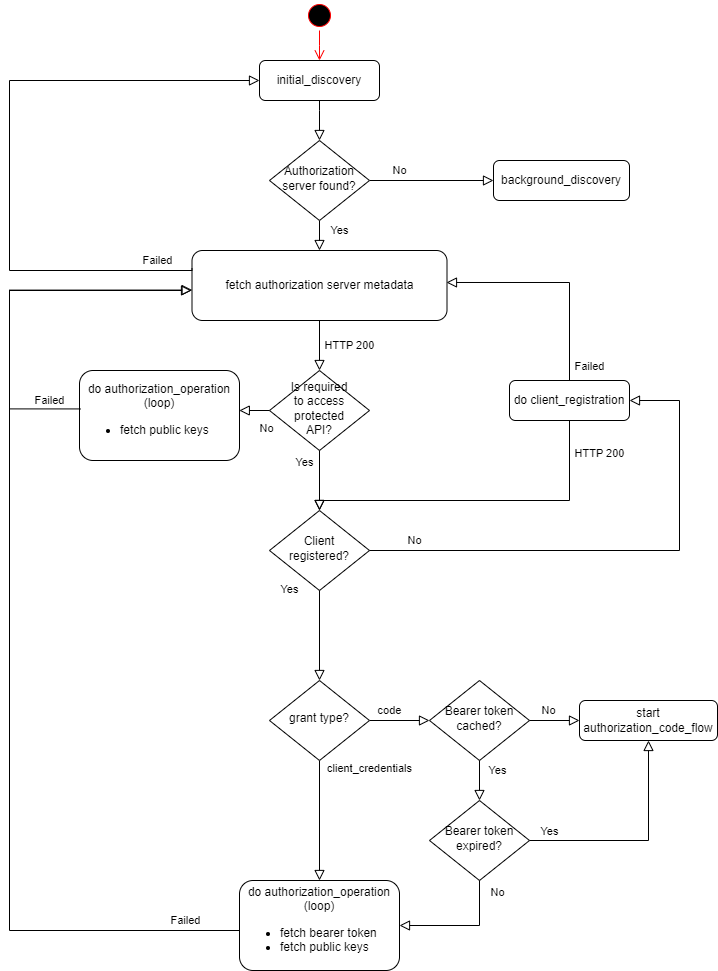
Above: Documents/images/Authorization-behaviour.png in sony/nmos-cpp (draw.io), before the change. Source tidied: cells renumbered, new cells last; positions are measured from the earlier drawing's top-left corner, leaving out a move shared by most shapes.
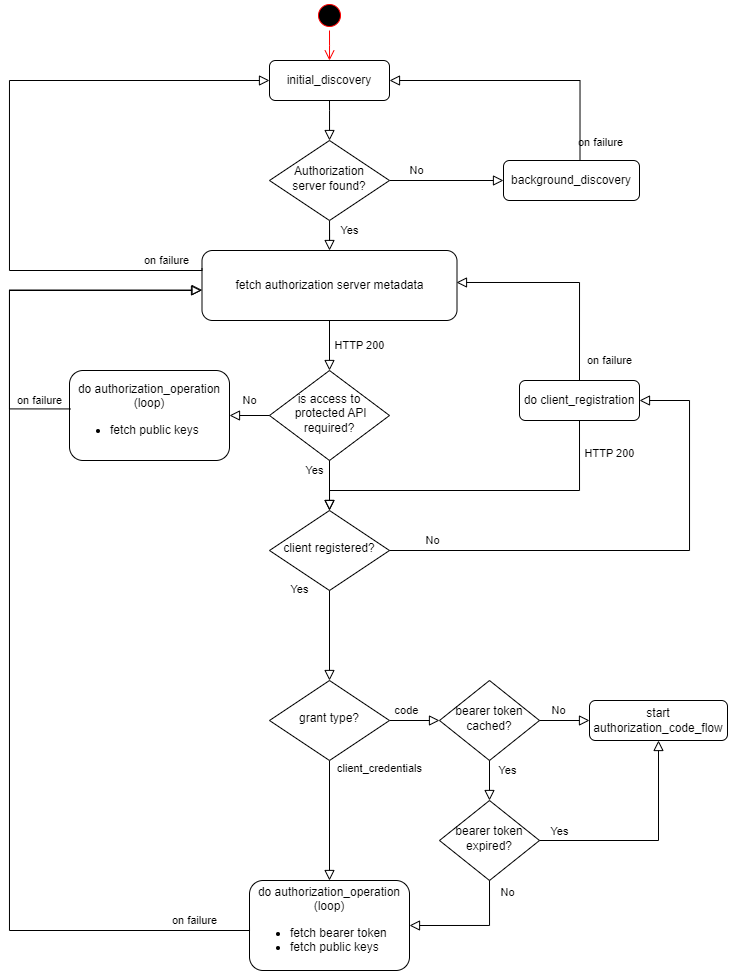
After the commit.

Diff of the diagram source:
```diff
@@ -19,8 +19,8 @@
     <mxCell id="5" value="No" style="edgeStyle=orthogonalEdgeStyle;rounded=0;html=1;jettySize=auto;fontSize=11;endArrow=block;endFill=0;endSize=8;strokeWidth=1;shadow=0;labelBackgroundColor=none;" parent="1" edge="1" source="6" target="7">
       <mxGeometry x="-0.52" y="10" relative="1" as="geometry" />
     </mxCell>
-    <mxCell id="6" value="Authorization server found?" style="rhombus;whiteSpace=wrap;html=1;shadow=0;fontFamily=Helvetica;fontSize=12;align=center;strokeWidth=1;spacing=6;spacingTop=-4;" parent="1" vertex="1">
-      <mxGeometry x="260" y="140" width="100" height="80" as="geometry" />
+    <mxCell id="6" value="Authorization&lt;br&gt;server found?" style="rhombus;whiteSpace=wrap;html=1;shadow=0;fontFamily=Helvetica;fontSize=12;align=center;strokeWidth=1;spacing=6;spacingTop=-4;" parent="1" vertex="1">
+      <mxGeometry x="250" y="140" width="120" height="80" as="geometry" />
     </mxCell>
     <mxCell id="7" value="background_discovery" style="rounded=1;whiteSpace=wrap;html=1;fontSize=12;glass=0;strokeWidth=1;shadow=0;" parent="1" vertex="1">
       <mxGeometry x="484" y="160" width="136" height="40" as="geometry" />
@@ -31,7 +31,7 @@
     <mxCell id="9" value="code" style="edgeStyle=orthogonalEdgeStyle;rounded=0;html=1;jettySize=auto;fontSize=11;endArrow=block;endFill=0;endSize=8;strokeWidth=1;shadow=0;labelBackgroundColor=none;exitX=1;exitY=0.5;exitDx=0;exitDy=0;entryX=0;entryY=0.5;entryDx=0;entryDy=0;" parent="1" edge="1" source="18" target="20">
       <mxGeometry x="-0.33" y="10" relative="1" as="geometry" />
     </mxCell>
-    <mxCell id="10" value="Bearer token expired?" style="rhombus;whiteSpace=wrap;html=1;shadow=0;fontFamily=Helvetica;fontSize=12;align=center;strokeWidth=1;spacing=6;spacingTop=-4;" parent="1" vertex="1">
+    <mxCell id="10" value="bearer token expired?" style="rhombus;whiteSpace=wrap;html=1;shadow=0;fontFamily=Helvetica;fontSize=12;align=center;strokeWidth=1;spacing=6;spacingTop=-4;" parent="1" vertex="1">
       <mxGeometry x="420" y="800" width="100" height="80" as="geometry" />
     </mxCell>
     <mxCell id="11" value="&lt;span style=&quot;text-align: left; background-color: initial;&quot;&gt;fetch authorization server metadata&lt;/span&gt;" style="rounded=1;whiteSpace=wrap;html=1;fontSize=12;glass=0;strokeWidth=1;shadow=0;" parent="1" vertex="1">
@@ -46,8 +46,8 @@
     <mxCell id="14" value="do authorization_operation (loop)&lt;br&gt;&lt;ul&gt;&lt;li style=&quot;text-align: left&quot;&gt;fetch bearer token&lt;/li&gt;&lt;li style=&quot;text-align: left&quot;&gt;fetch public keys&lt;/li&gt;&lt;/ul&gt;" style="rounded=1;whiteSpace=wrap;html=1;fontSize=12;glass=0;strokeWidth=1;shadow=0;" parent="1" vertex="1">
       <mxGeometry x="230" y="880" width="160" height="90" as="geometry" />
     </mxCell>
-    <mxCell id="15" value="Client registered?" style="rhombus;whiteSpace=wrap;html=1;shadow=0;fontFamily=Helvetica;fontSize=12;align=center;strokeWidth=1;spacing=6;spacingTop=-4;" parent="1" vertex="1">
-      <mxGeometry x="260" y="510" width="100" height="80" as="geometry" />
+    <mxCell id="15" value="client registered?" style="rhombus;whiteSpace=wrap;html=1;shadow=0;fontFamily=Helvetica;fontSize=12;align=center;strokeWidth=1;spacing=6;spacingTop=-4;" parent="1" vertex="1">
+      <mxGeometry x="250" y="510" width="120" height="80" as="geometry" />
     </mxCell>
     <mxCell id="16" value="HTTP 200" style="rounded=0;html=1;jettySize=auto;fontSize=11;endArrow=block;endFill=0;endSize=8;strokeWidth=1;shadow=0;labelBackgroundColor=none;edgeStyle=orthogonalEdgeStyle;exitX=0.5;exitY=1;exitDx=0;exitDy=0;entryX=0.5;entryY=0;entryDx=0;entryDy=0;" parent="1" edge="1" source="11" target="29">
       <mxGeometry y="30" relative="1" as="geometry" />
@@ -62,14 +62,14 @@
       </mxGeometry>
     </mxCell>
     <mxCell id="18" value="grant type?" style="rhombus;whiteSpace=wrap;html=1;shadow=0;fontFamily=Helvetica;fontSize=12;align=center;strokeWidth=1;spacing=6;spacingTop=-4;" parent="1" vertex="1">
-      <mxGeometry x="260" y="680" width="100" height="80" as="geometry" />
+      <mxGeometry x="250" y="680" width="120" height="80" as="geometry" />
     </mxCell>
     <mxCell id="19" value="Yes" style="rounded=0;html=1;jettySize=auto;fontSize=11;endArrow=block;endFill=0;endSize=8;strokeWidth=1;shadow=0;labelBackgroundColor=none;edgeStyle=orthogonalEdgeStyle;exitX=0.5;exitY=1;exitDx=0;exitDy=0;entryX=0.5;entryY=0;entryDx=0;entryDy=0;" parent="1" edge="1" source="15" target="18">
       <mxGeometry x="-0.68" y="-15" relative="1" as="geometry">
         <mxPoint x="-15" y="-15" as="offset" />
       </mxGeometry>
     </mxCell>
-    <mxCell id="20" value="Bearer token cached?" style="rhombus;whiteSpace=wrap;html=1;shadow=0;fontFamily=Helvetica;fontSize=12;align=center;strokeWidth=1;spacing=6;spacingTop=-4;" parent="1" vertex="1">
+    <mxCell id="20" value="bearer token cached?" style="rhombus;whiteSpace=wrap;html=1;shadow=0;fontFamily=Helvetica;fontSize=12;align=center;strokeWidth=1;spacing=6;spacingTop=-4;" parent="1" vertex="1">
       <mxGeometry x="420" y="680" width="100" height="80" as="geometry" />
     </mxCell>
     <mxCell id="21" value="Yes" style="rounded=0;html=1;jettySize=auto;fontSize=11;endArrow=block;endFill=0;endSize=8;strokeWidth=1;shadow=0;labelBackgroundColor=none;edgeStyle=orthogonalEdgeStyle;exitX=0.5;exitY=1;exitDx=0;exitDy=0;entryX=0.5;entryY=0;entryDx=0;entryDy=0;" parent="1" edge="1" source="20" target="10">
@@ -81,22 +81,22 @@
     <mxCell id="23" value="Yes" style="edgeStyle=orthogonalEdgeStyle;rounded=0;html=1;jettySize=auto;fontSize=11;endArrow=block;endFill=0;endSize=8;strokeWidth=1;shadow=0;labelBackgroundColor=none;exitX=1;exitY=0.5;exitDx=0;exitDy=0;entryX=0.5;entryY=1;entryDx=0;entryDy=0;" parent="1" edge="1" source="10" target="13">
       <mxGeometry x="0.17" y="99" relative="1" as="geometry" />
     </mxCell>
-    <mxCell id="24" value="Failed" style="rounded=0;html=1;jettySize=auto;fontSize=11;endArrow=block;endFill=0;endSize=8;strokeWidth=1;shadow=0;labelBackgroundColor=none;edgeStyle=orthogonalEdgeStyle;entryX=0;entryY=0.5;entryDx=0;entryDy=0;exitX=0;exitY=0.25;exitDx=0;exitDy=0;" parent="1" edge="1" source="11" target="3">
+    <mxCell id="24" value="on failure" style="rounded=0;html=1;jettySize=auto;fontSize=11;endArrow=block;endFill=0;endSize=8;strokeWidth=1;shadow=0;labelBackgroundColor=none;edgeStyle=orthogonalEdgeStyle;entryX=0;entryY=0.5;entryDx=0;entryDy=0;exitX=0;exitY=0.25;exitDx=0;exitDy=0;" parent="1" edge="1" source="11" target="3">
       <mxGeometry x="-0.88" y="-10" relative="1" as="geometry">
         <Array as="points">
-          <mxPoint x="182" y="270" />
-          <mxPoint y="270" />
-          <mxPoint y="80" />
+          <mxPoint x="183" y="270" />
+          <mxPoint x="-10" y="270" />
+          <mxPoint x="-10" y="80" />
         </Array>
       </mxGeometry>
     </mxCell>
-    <mxCell id="25" value="Failed" style="rounded=0;html=1;jettySize=auto;fontSize=11;endArrow=block;endFill=0;endSize=8;strokeWidth=1;shadow=0;labelBackgroundColor=none;edgeStyle=orthogonalEdgeStyle;exitX=0;exitY=0.5;exitDx=0;exitDy=0;" parent="1" edge="1" source="14">
+    <mxCell id="25" value="on failure" style="rounded=0;html=1;jettySize=auto;fontSize=11;endArrow=block;endFill=0;endSize=8;strokeWidth=1;shadow=0;labelBackgroundColor=none;edgeStyle=orthogonalEdgeStyle;exitX=0;exitY=0.5;exitDx=0;exitDy=0;" parent="1" edge="1" source="14">
       <mxGeometry x="-0.89" y="-10" relative="1" as="geometry">
         <mxPoint x="182" y="290" as="targetPoint" />
         <Array as="points">
           <mxPoint x="230" y="930" />
-          <mxPoint y="930" />
-          <mxPoint y="290" />
+          <mxPoint x="-10" y="930" />
+          <mxPoint x="-10" y="290" />
         </Array>
       </mxGeometry>
     </mxCell>
@@ -106,34 +106,35 @@
     <mxCell id="27" value="HTTP 200" style="rounded=0;html=1;jettySize=auto;fontSize=11;endArrow=block;endFill=0;endSize=8;strokeWidth=1;shadow=0;labelBackgroundColor=none;edgeStyle=orthogonalEdgeStyle;exitX=0.5;exitY=1;exitDx=0;exitDy=0;entryX=0.5;entryY=0;entryDx=0;entryDy=0;" parent="1" edge="1" source="12" target="15">
       <mxGeometry x="-0.81" y="30" relative="1" as="geometry">
         <Array as="points">
-          <mxPoint x="560" y="500" />
+          <mxPoint x="560" y="490" />
+          <mxPoint x="310" y="490" />
         </Array>
       </mxGeometry>
     </mxCell>
-    <mxCell id="28" value="Failed" style="rounded=0;html=1;jettySize=auto;fontSize=11;endArrow=block;endFill=0;endSize=8;strokeWidth=1;shadow=0;labelBackgroundColor=none;edgeStyle=orthogonalEdgeStyle;entryX=0.998;entryY=0.457;entryDx=0;entryDy=0;exitX=0.5;exitY=0;exitDx=0;exitDy=0;entryPerimeter=0;" parent="1" edge="1" source="12" target="11">
-      <mxGeometry x="-0.87" y="-20" relative="1" as="geometry">
+    <mxCell id="28" value="on failure" style="rounded=0;html=1;jettySize=auto;fontSize=11;endArrow=block;endFill=0;endSize=8;strokeWidth=1;shadow=0;labelBackgroundColor=none;edgeStyle=orthogonalEdgeStyle;entryX=0.998;entryY=0.457;entryDx=0;entryDy=0;exitX=0.5;exitY=0;exitDx=0;exitDy=0;entryPerimeter=0;" parent="1" edge="1" source="12" target="11">
+      <mxGeometry x="-0.82" y="-30" relative="1" as="geometry">
         <Array as="points">
           <mxPoint x="560" y="282" />
         </Array>
       </mxGeometry>
     </mxCell>
-    <mxCell id="29" value="Is required&lt;br&gt;to access protected&lt;br&gt;API?" style="rhombus;whiteSpace=wrap;html=1;shadow=0;fontFamily=Helvetica;fontSize=12;align=center;strokeWidth=1;spacing=6;spacingTop=-4;" parent="1" vertex="1">
-      <mxGeometry x="260" y="370" width="100" height="80" as="geometry" />
+    <mxCell id="29" value="is access to&lt;br&gt;&amp;nbsp;protected API required?" style="rhombus;whiteSpace=wrap;html=1;shadow=0;fontFamily=Helvetica;fontSize=12;align=center;strokeWidth=1;spacing=6;spacingTop=-4;" parent="1" vertex="1">
+      <mxGeometry x="250" y="370" width="120" height="90" as="geometry" />
     </mxCell>
     <mxCell id="30" value="Yes" style="rounded=0;html=1;jettySize=auto;fontSize=11;endArrow=block;endFill=0;endSize=8;strokeWidth=1;shadow=0;labelBackgroundColor=none;edgeStyle=orthogonalEdgeStyle;exitX=0.5;exitY=1;exitDx=0;exitDy=0;" parent="1" edge="1" source="29" target="15">
       <mxGeometry x="-0.6" y="-15" relative="1" as="geometry" />
     </mxCell>
     <mxCell id="31" value="do authorization_operation (loop)&lt;br&gt;&lt;ul&gt;&lt;li style=&quot;text-align: left&quot;&gt;&lt;span style=&quot;background-color: initial;&quot;&gt;fetch public keys&lt;/span&gt;&lt;br&gt;&lt;/li&gt;&lt;/ul&gt;" style="rounded=1;whiteSpace=wrap;html=1;fontSize=12;glass=0;strokeWidth=1;shadow=0;" parent="1" vertex="1">
-      <mxGeometry x="70" y="370" width="160" height="90" as="geometry" />
+      <mxGeometry x="50" y="370" width="160" height="90" as="geometry" />
     </mxCell>
-    <mxCell id="32" value="No" style="rounded=0;html=1;jettySize=auto;fontSize=11;endArrow=block;endFill=0;endSize=8;strokeWidth=1;shadow=0;labelBackgroundColor=none;edgeStyle=orthogonalEdgeStyle;exitX=0;exitY=0.5;exitDx=0;exitDy=0;entryX=0.999;entryY=0.438;entryDx=0;entryDy=0;entryPerimeter=0;" parent="1" edge="1" source="29" target="31">
-      <mxGeometry x="-0.8" y="18" relative="1" as="geometry" />
+    <mxCell id="32" value="No" style="rounded=0;html=1;jettySize=auto;fontSize=11;endArrow=block;endFill=0;endSize=8;strokeWidth=1;shadow=0;labelBackgroundColor=none;edgeStyle=orthogonalEdgeStyle;exitX=0;exitY=0.5;exitDx=0;exitDy=0;entryX=1;entryY=0.5;entryDx=0;entryDy=0;" parent="1" edge="1" source="29" target="31">
+      <mxGeometry y="-15" relative="1" as="geometry" />
     </mxCell>
-    <mxCell id="33" value="Failed" style="rounded=0;html=1;jettySize=auto;fontSize=11;endArrow=block;endFill=0;endSize=8;strokeWidth=1;shadow=0;labelBackgroundColor=none;edgeStyle=orthogonalEdgeStyle;entryX=0.001;entryY=0.565;entryDx=0;entryDy=0;exitX=0.006;exitY=0.427;exitDx=0;exitDy=0;exitPerimeter=0;entryPerimeter=0;" parent="1" edge="1" source="31" target="11">
+    <mxCell id="33" value="on failure" style="rounded=0;html=1;jettySize=auto;fontSize=11;endArrow=block;endFill=0;endSize=8;strokeWidth=1;shadow=0;labelBackgroundColor=none;edgeStyle=orthogonalEdgeStyle;entryX=0.001;entryY=0.565;entryDx=0;entryDy=0;exitX=0.006;exitY=0.427;exitDx=0;exitDy=0;exitPerimeter=0;entryPerimeter=0;" parent="1" edge="1" source="31" target="11">
       <mxGeometry x="-0.83" y="-8" relative="1" as="geometry">
         <Array as="points">
-          <mxPoint y="408" />
-          <mxPoint y="290" />
+          <mxPoint x="-10" y="408" />
+          <mxPoint x="-10" y="290" />
         </Array>
       </mxGeometry>
     </mxCell>
@@ -145,5 +146,13 @@
         <mxPoint x="310" y="60" as="targetPoint" />
       </mxGeometry>
     </mxCell>
+    <mxCell id="36" value="on failure" style="rounded=0;html=1;jettySize=auto;fontSize=11;endArrow=block;endFill=0;endSize=8;strokeWidth=1;shadow=0;labelBackgroundColor=none;edgeStyle=orthogonalEdgeStyle;entryX=1;entryY=0.5;entryDx=0;entryDy=0;exitX=0.5;exitY=0;exitDx=0;exitDy=0;" parent="1" edge="1" target="3">
+      <mxGeometry x="-0.87" y="-20" relative="1" as="geometry">
+        <mxPoint x="560.5" y="160" as="sourcePoint" />
+        <Array as="points">
+          <mxPoint x="561" y="80" />
+        </Array>
+      </mxGeometry>
+    </mxCell>
   </root>
 </mxGraphModel>
```
